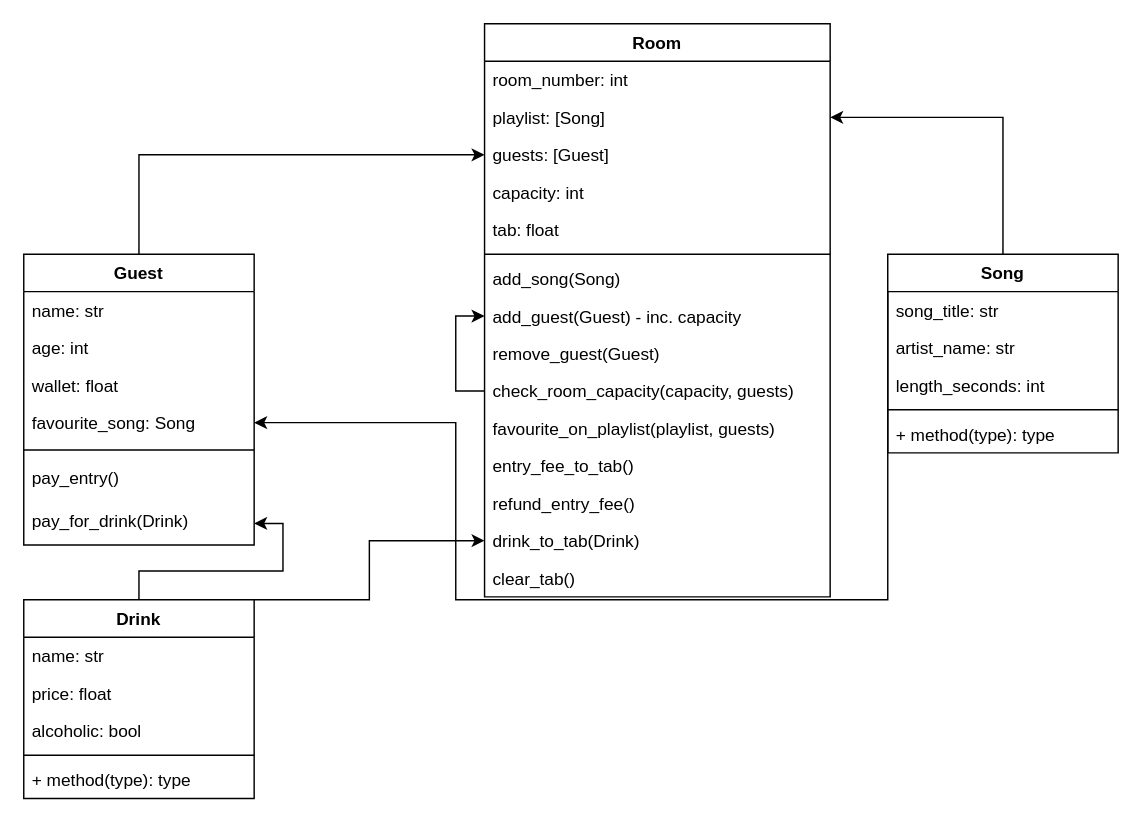
Earlier version of the draw.io diagram diagram.drawio (Stanhoucke/Karaoke_hw). Source tidied: cells renumbered, new cells numbered last; positions are measured from the earlier drawing's top-left corner, leaving out a move shared by most shapes. Both pictures are drawn from the tidied source at 144%, with x=0, y=0 at pixel (23, 23).
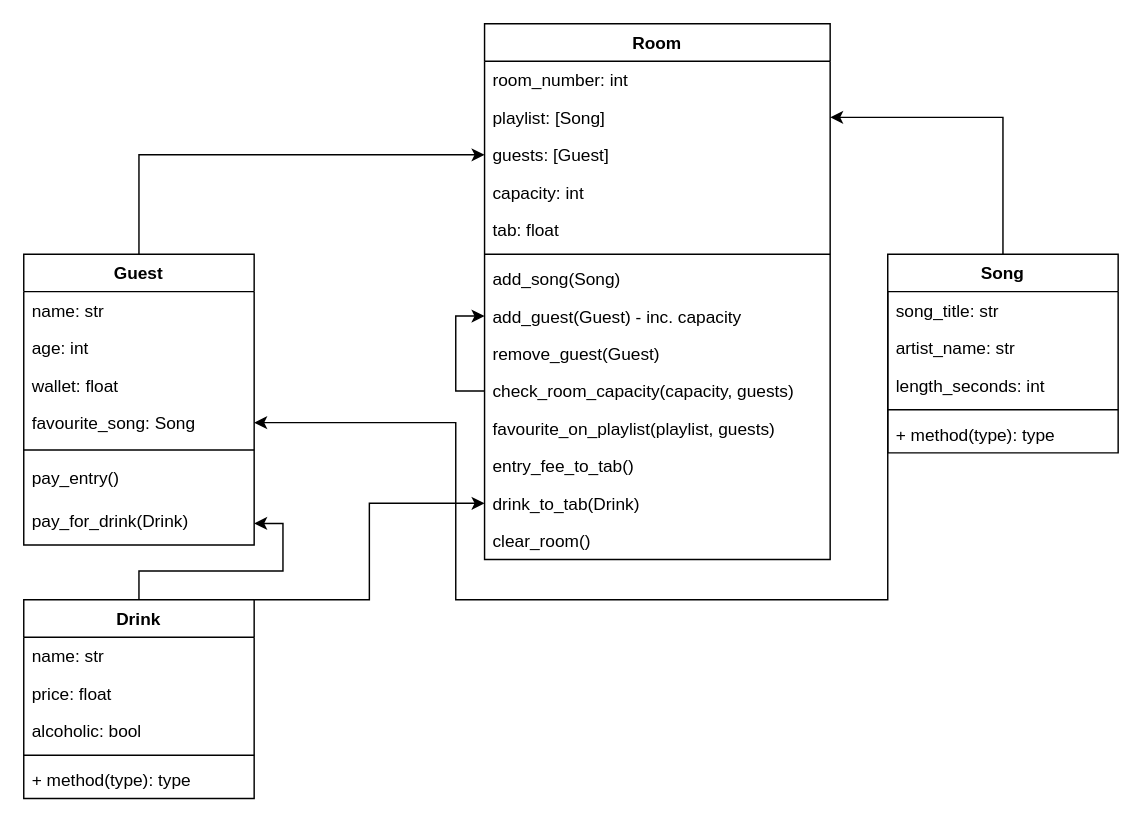
Above is the later version.

Commit message (it also covers changes not shown here):
added clear room method

The change refers to these unchanged cells:
```xml
<mxCell id="38" value="Drink" style="swimlane;fontStyle=1;align=center;verticalAlign=top;horizontal=1;startSize=26;" parent="1" vertex="1">
  <mxGeometry y="400" width="160" height="138" as="geometry" />
</mxCell>
```

What changed in the source:
```diff
@@
     <mxCell id="2" value="Room" style="swimlane;fontStyle=1;align=center;verticalAlign=top;horizontal=1;startSize=26;" parent="1" vertex="1">
-      <mxGeometry x="320" width="240" height="398" as="geometry" />
+      <mxGeometry x="320" width="240" height="372" as="geometry" />
     </mxCell>
@@
-    <mxCell id="16" value="refund_entry_fee()" style="text;strokeColor=none;fillColor=none;align=left;verticalAlign=top;spacingLeft=4;spacingRight=4;overflow=hidden;" parent="2" vertex="1">
-      <mxGeometry y="320" width="240" height="26" as="geometry" />
-    </mxCell>
     <mxCell id="17" value="drink_to_tab(Drink)" style="text;strokeColor=none;fillColor=none;align=left;verticalAlign=top;spacingLeft=4;spacingRight=4;overflow=hidden;points=[[0,0.5],[1,0.5]];portConstraint=eastwest;" parent="2" vertex="1">
-      <mxGeometry y="346" width="240" height="26" as="geometry" />
+      <mxGeometry y="320" width="240" height="26" as="geometry" />
     </mxCell>
-    <mxCell id="18" value="clear_tab()" style="text;strokeColor=none;fillColor=none;align=left;verticalAlign=top;spacingLeft=4;spacingRight=4;overflow=hidden;" parent="2" vertex="1">
-      <mxGeometry y="372" width="240" height="26" as="geometry" />
+    <mxCell id="18" value="clear_room()" style="text;strokeColor=none;fillColor=none;align=left;verticalAlign=top;spacingLeft=4;spacingRight=4;overflow=hidden;" parent="2" vertex="1">
+      <mxGeometry y="346" width="240" height="26" as="geometry" />
     </mxCell>
@@
     <mxCell id="37" style="edgeStyle=orthogonalEdgeStyle;rounded=0;jettySize=auto;html=1;exitX=1;exitY=0;exitDx=0;exitDy=0;entryX=0;entryY=0.5;entryDx=0;entryDy=0;" parent="1" edge="1" source="38" target="17">
       <mxGeometry relative="1" as="geometry">
         <Array as="points">
           <mxPoint x="240" y="400" />
-          <mxPoint x="240" y="359" />
+          <mxPoint x="240" y="333" />
         </Array>
       </mxGeometry>
     </mxCell>
```
